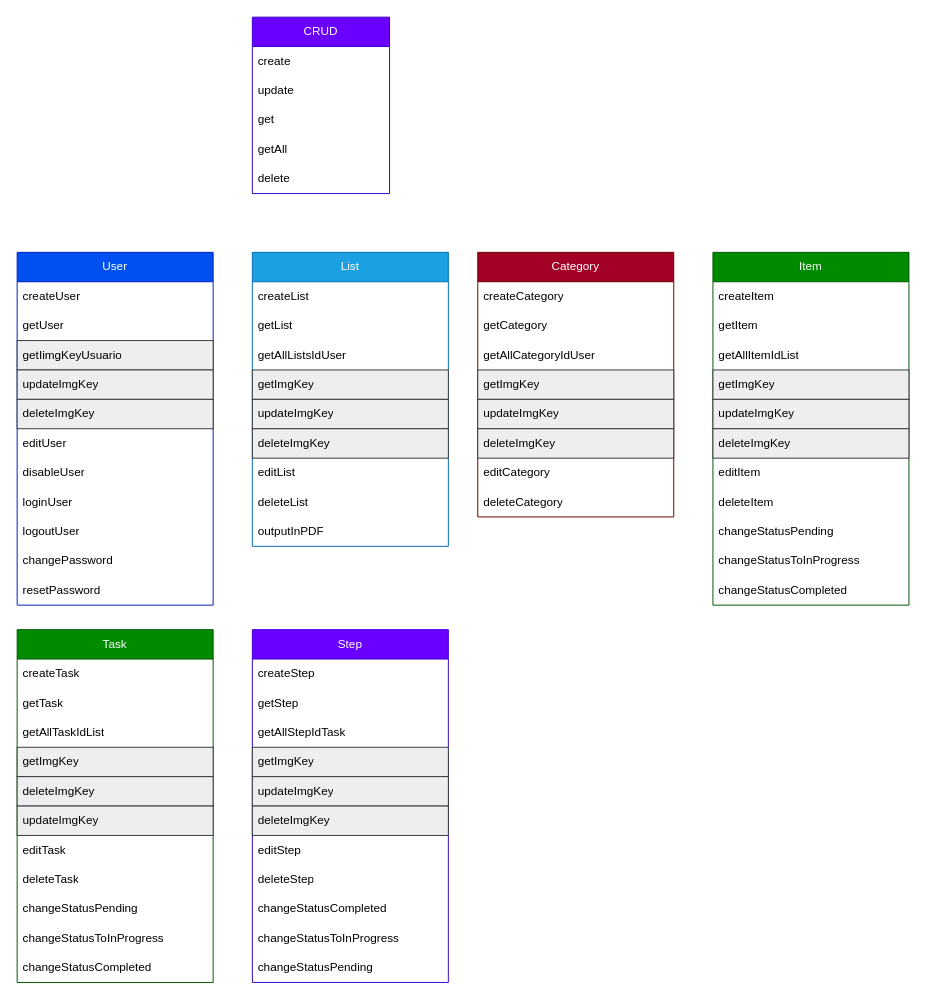
This is page "Metodos" (3 of 4) of Lista.drawio from wakander-joan/Project-List, a draw.io file, before an edit. Source tidied: cells renumbered, new cells numbered last; positions are measured from the earlier drawing's top-left corner, leaving out a move shared by most shapes. Both pictures are drawn from the tidied source at 98%, with x=0, y=0 at pixel (17, 17).
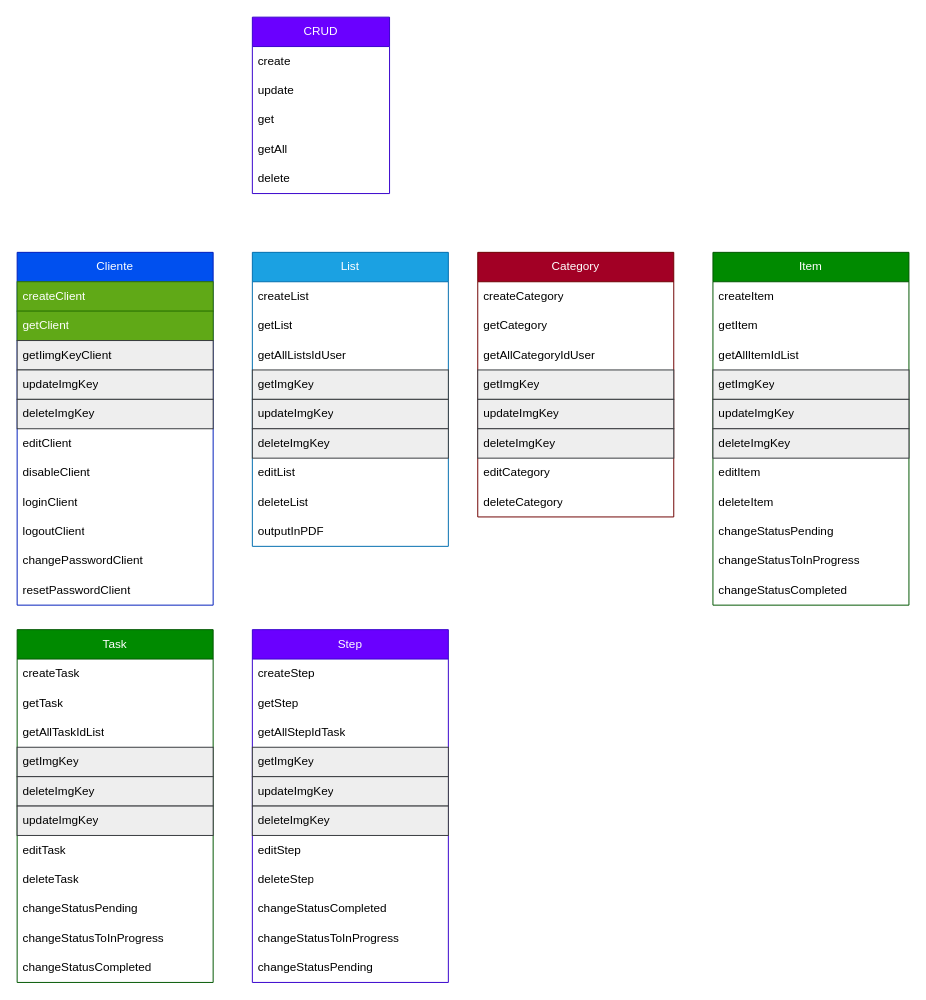
The same page after the edit.

Diff of the diagram source:
```diff
@@
-    <mxCell id="2" value="User" style="swimlane;fontStyle=0;horizontal=1;startSize=30;whiteSpace=wrap;html=1;fillColor=#0050ef;strokeColor=#001DBC;fontColor=#ffffff;" parent="1" vertex="1">
+    <mxCell id="2" value="Cliente" style="swimlane;fontStyle=0;horizontal=1;startSize=30;whiteSpace=wrap;html=1;fillColor=#0050ef;strokeColor=#001DBC;fontColor=#ffffff;" parent="1" vertex="1">
       <mxGeometry y="240" width="200" height="360" as="geometry" />
     </mxCell>
-    <mxCell id="3" value="createUser" style="text;strokeColor=none;fillColor=none;align=left;verticalAlign=middle;spacingLeft=4;spacingRight=4;overflow=hidden;whiteSpace=wrap;html=1;" parent="2" vertex="1">
+    <mxCell id="3" value="create&lt;span style=&quot;text-align: center;&quot;&gt;Client&lt;/span&gt;" style="text;strokeColor=#2D7600;fillColor=#60a917;align=left;verticalAlign=middle;spacingLeft=4;spacingRight=4;overflow=hidden;whiteSpace=wrap;html=1;fontColor=#ffffff;" parent="2" vertex="1">
       <mxGeometry y="30" width="200" height="30" as="geometry" />
     </mxCell>
-    <mxCell id="4" value="getUser" style="text;strokeColor=none;fillColor=none;align=left;verticalAlign=middle;spacingLeft=4;spacingRight=4;overflow=hidden;whiteSpace=wrap;html=1;" parent="2" vertex="1">
+    <mxCell id="4" value="get&lt;span style=&quot;text-align: center;&quot;&gt;Client&lt;/span&gt;" style="text;strokeColor=#2D7600;fillColor=#60a917;align=left;verticalAlign=middle;spacingLeft=4;spacingRight=4;overflow=hidden;whiteSpace=wrap;html=1;fontColor=#ffffff;" parent="2" vertex="1">
       <mxGeometry y="60" width="200" height="30" as="geometry" />
     </mxCell>
-    <mxCell id="5" value="getIimgKeyUsuario" style="text;strokeColor=#36393d;fillColor=#eeeeee;align=left;verticalAlign=middle;spacingLeft=4;spacingRight=4;overflow=hidden;whiteSpace=wrap;html=1;" parent="2" vertex="1">
+    <mxCell id="5" value="getIimgKey&lt;span style=&quot;text-align: center;&quot;&gt;Client&lt;/span&gt;" style="text;strokeColor=#36393d;fillColor=#eeeeee;align=left;verticalAlign=middle;spacingLeft=4;spacingRight=4;overflow=hidden;whiteSpace=wrap;html=1;" parent="2" vertex="1">
       <mxGeometry y="90" width="200" height="30" as="geometry" />
     </mxCell>
@@
-    <mxCell id="8" value="editUser" style="text;strokeColor=none;fillColor=none;align=left;verticalAlign=middle;spacingLeft=4;spacingRight=4;overflow=hidden;whiteSpace=wrap;html=1;" parent="2" vertex="1">
+    <mxCell id="8" value="edit&lt;span style=&quot;text-align: center;&quot;&gt;Client&lt;/span&gt;" style="text;strokeColor=none;fillColor=none;align=left;verticalAlign=middle;spacingLeft=4;spacingRight=4;overflow=hidden;whiteSpace=wrap;html=1;" parent="2" vertex="1">
       <mxGeometry y="180" width="200" height="30" as="geometry" />
     </mxCell>
-    <mxCell id="9" value="disableUser" style="text;strokeColor=none;fillColor=none;align=left;verticalAlign=middle;spacingLeft=4;spacingRight=4;overflow=hidden;whiteSpace=wrap;html=1;" parent="2" vertex="1">
+    <mxCell id="9" value="disable&lt;span style=&quot;text-align: center;&quot;&gt;Client&lt;/span&gt;" style="text;strokeColor=none;fillColor=none;align=left;verticalAlign=middle;spacingLeft=4;spacingRight=4;overflow=hidden;whiteSpace=wrap;html=1;" parent="2" vertex="1">
       <mxGeometry y="210" width="200" height="30" as="geometry" />
     </mxCell>
-    <mxCell id="10" value="loginUser" style="text;strokeColor=none;fillColor=none;align=left;verticalAlign=middle;spacingLeft=4;spacingRight=4;overflow=hidden;whiteSpace=wrap;html=1;" parent="2" vertex="1">
+    <mxCell id="10" value="login&lt;span style=&quot;text-align: center;&quot;&gt;Client&lt;/span&gt;" style="text;strokeColor=none;fillColor=none;align=left;verticalAlign=middle;spacingLeft=4;spacingRight=4;overflow=hidden;whiteSpace=wrap;html=1;" parent="2" vertex="1">
       <mxGeometry y="240" width="200" height="30" as="geometry" />
     </mxCell>
-    <mxCell id="11" value="logoutUser" style="text;strokeColor=none;fillColor=none;align=left;verticalAlign=middle;spacingLeft=4;spacingRight=4;overflow=hidden;whiteSpace=wrap;html=1;" parent="2" vertex="1">
+    <mxCell id="11" value="logout&lt;span style=&quot;text-align: center;&quot;&gt;Client&lt;/span&gt;" style="text;strokeColor=none;fillColor=none;align=left;verticalAlign=middle;spacingLeft=4;spacingRight=4;overflow=hidden;whiteSpace=wrap;html=1;" parent="2" vertex="1">
       <mxGeometry y="270" width="200" height="30" as="geometry" />
     </mxCell>
-    <mxCell id="12" value="changePassword" style="text;strokeColor=none;fillColor=none;align=left;verticalAlign=middle;spacingLeft=4;spacingRight=4;overflow=hidden;whiteSpace=wrap;html=1;" parent="2" vertex="1">
+    <mxCell id="12" value="changePassword&lt;span style=&quot;text-align: center;&quot;&gt;Client&lt;/span&gt;" style="text;strokeColor=none;fillColor=none;align=left;verticalAlign=middle;spacingLeft=4;spacingRight=4;overflow=hidden;whiteSpace=wrap;html=1;" parent="2" vertex="1">
       <mxGeometry y="300" width="200" height="30" as="geometry" />
     </mxCell>
-    <mxCell id="13" value="resetPassword" style="text;strokeColor=none;fillColor=none;align=left;verticalAlign=middle;spacingLeft=4;spacingRight=4;overflow=hidden;whiteSpace=wrap;html=1;" parent="2" vertex="1">
+    <mxCell id="13" value="resetPassword&lt;span style=&quot;text-align: center;&quot;&gt;Client&lt;/span&gt;" style="text;strokeColor=none;fillColor=none;align=left;verticalAlign=middle;spacingLeft=4;spacingRight=4;overflow=hidden;whiteSpace=wrap;html=1;" parent="2" vertex="1">
       <mxGeometry y="330" width="200" height="30" as="geometry" />
     </mxCell>
```
